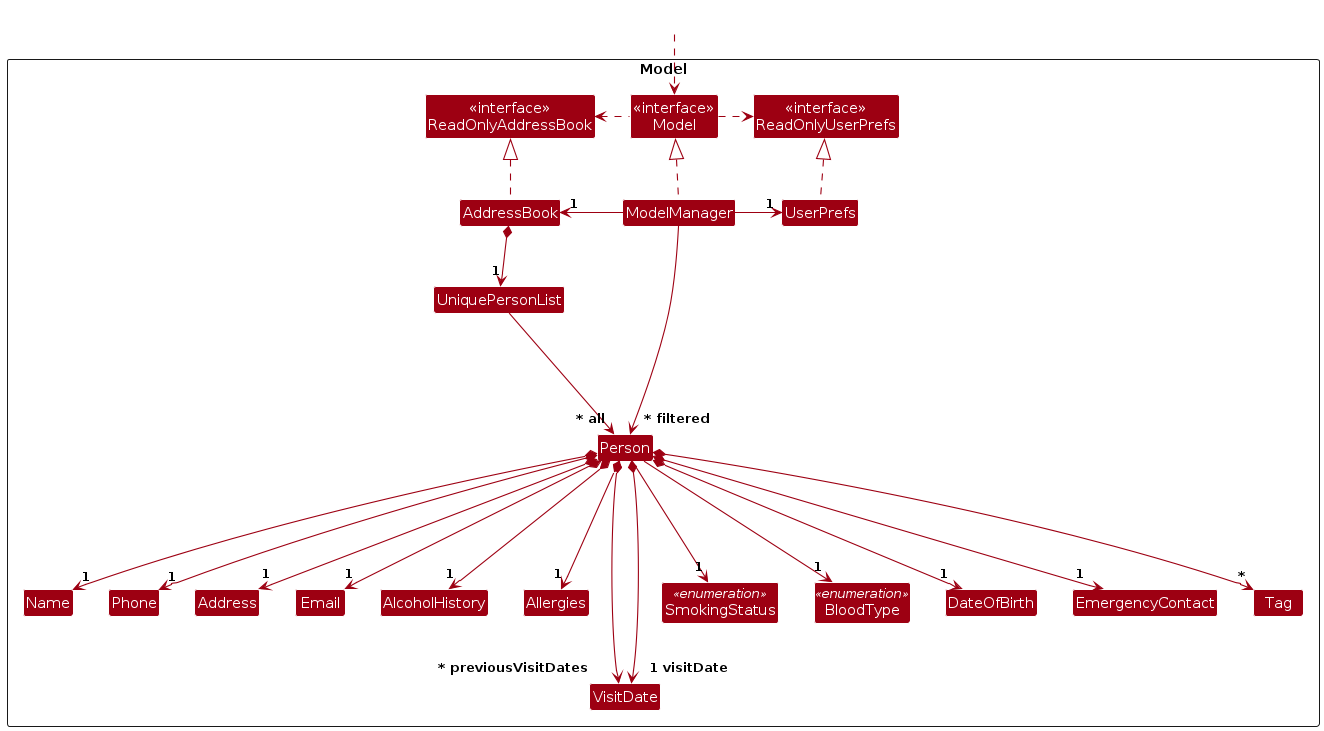
Before: diagrams/ModelClassDiagram.png, a diagram exported from PlantUML (AY2627S1-CS2103T-T09-4/tp). Its source is kept beside it as diagrams/ModelClassDiagram.puml.
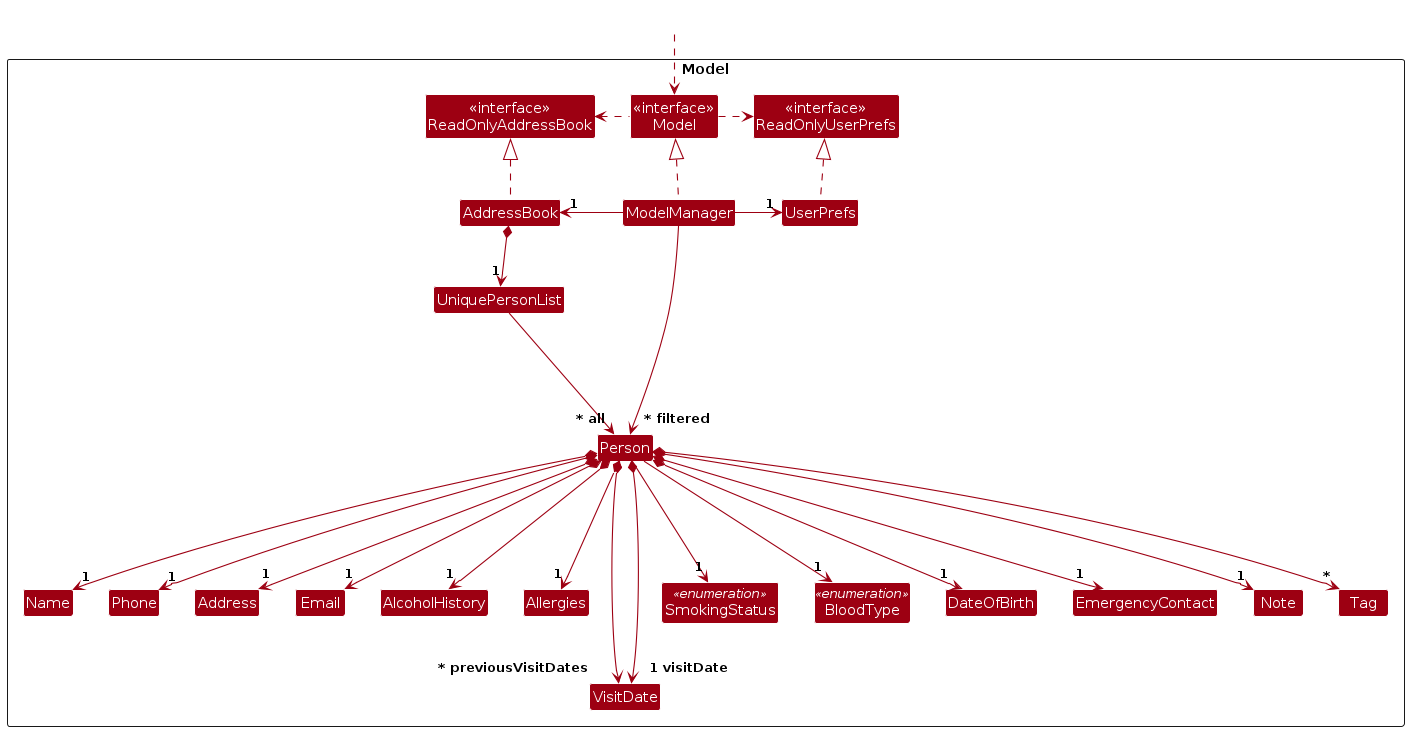
The same file after the commit.

Change to the diagram source:
```diff
@@ -24,6 +24,7 @@
 Class Email
 Class EmergencyContact
 Class Name
+Class Note
 Class Phone
 Class Tag
 
@@ -52,6 +53,7 @@
 Person *---> "1" Email
 Person *---> "1" Address
 Person *---> "1" Allergies
+Person *---> "1" Note
 Person *---> "1" AlcoholHistory
 Person ---> "1" SmokingStatus
 Person *---> "*" Tag
```
